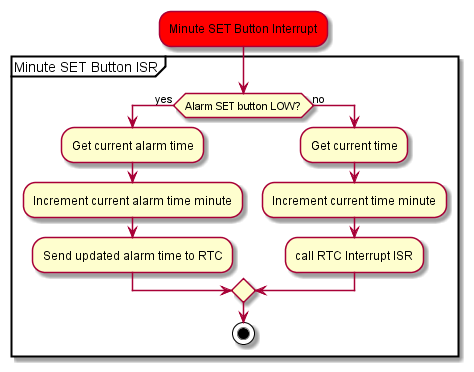
Earlier version of the PlantUML export figures/flowcharts/state-machine_minute-SET-button-interrupt-v1.png (Markahofmeister/sinking-clock).
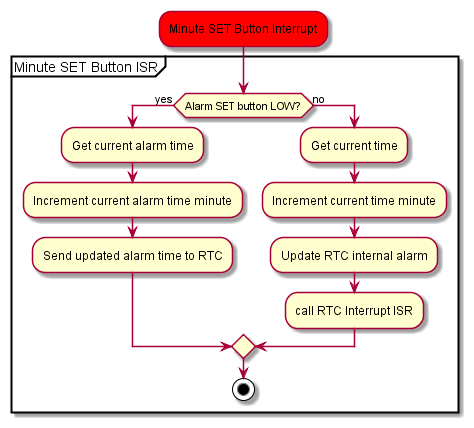
Later version of the same file.

Diff of the diagram source:
```diff
@@ -8,6 +8,7 @@
 else(no)
   :Get current time;
   :Increment current time minute;
+  :Update RTC internal alarm;
   :call RTC Interrupt ISR;
 endif
 stop
```
